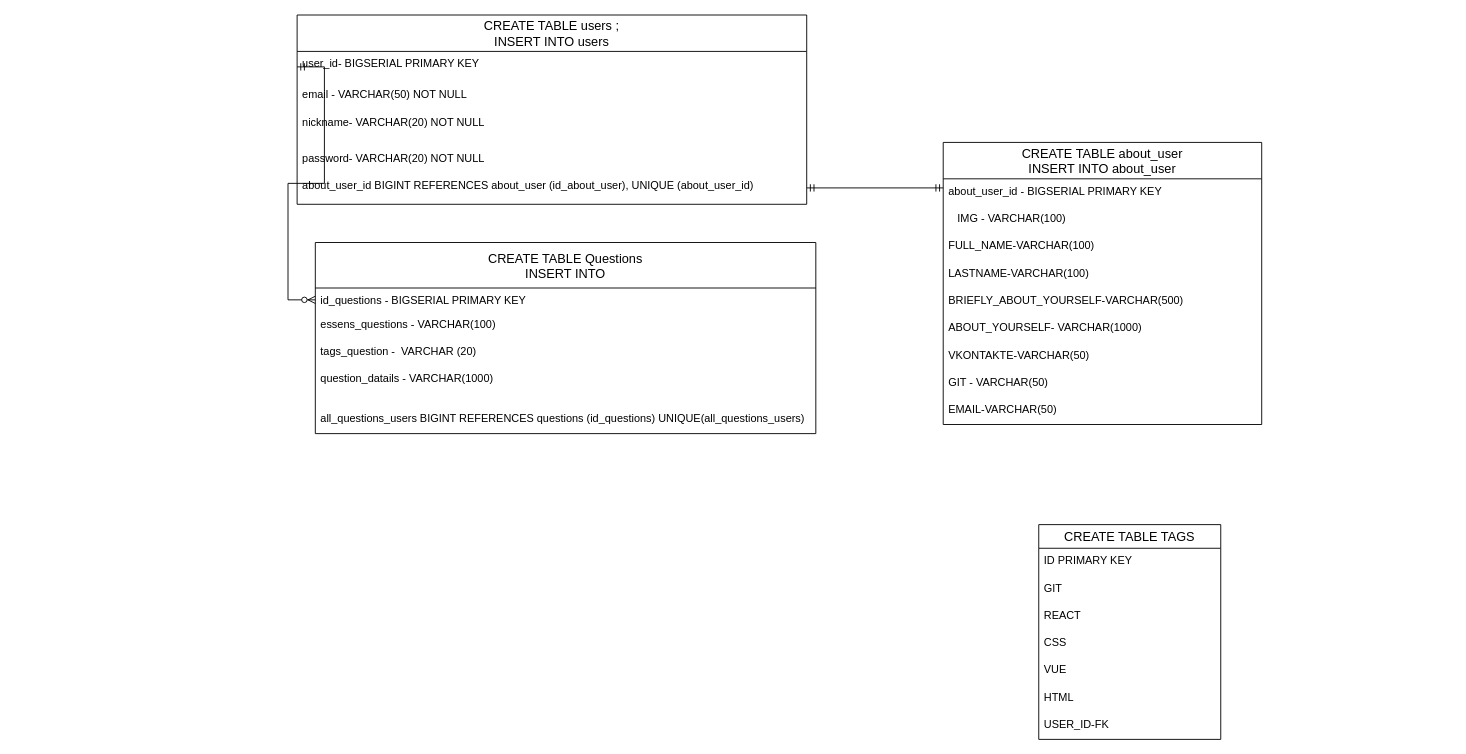
Earlier version of the draw.io diagram Таблица сущностей2.drawio (AleksandrSmirnov92/BlogCopyHabr). Source tidied: cells renumbered, new cells numbered last; positions are measured from the earlier drawing's top-left corner, leaving out a move shared by most shapes. Both pictures are drawn from the tidied source at 91%, with x=0, y=0 at pixel (297, 15).
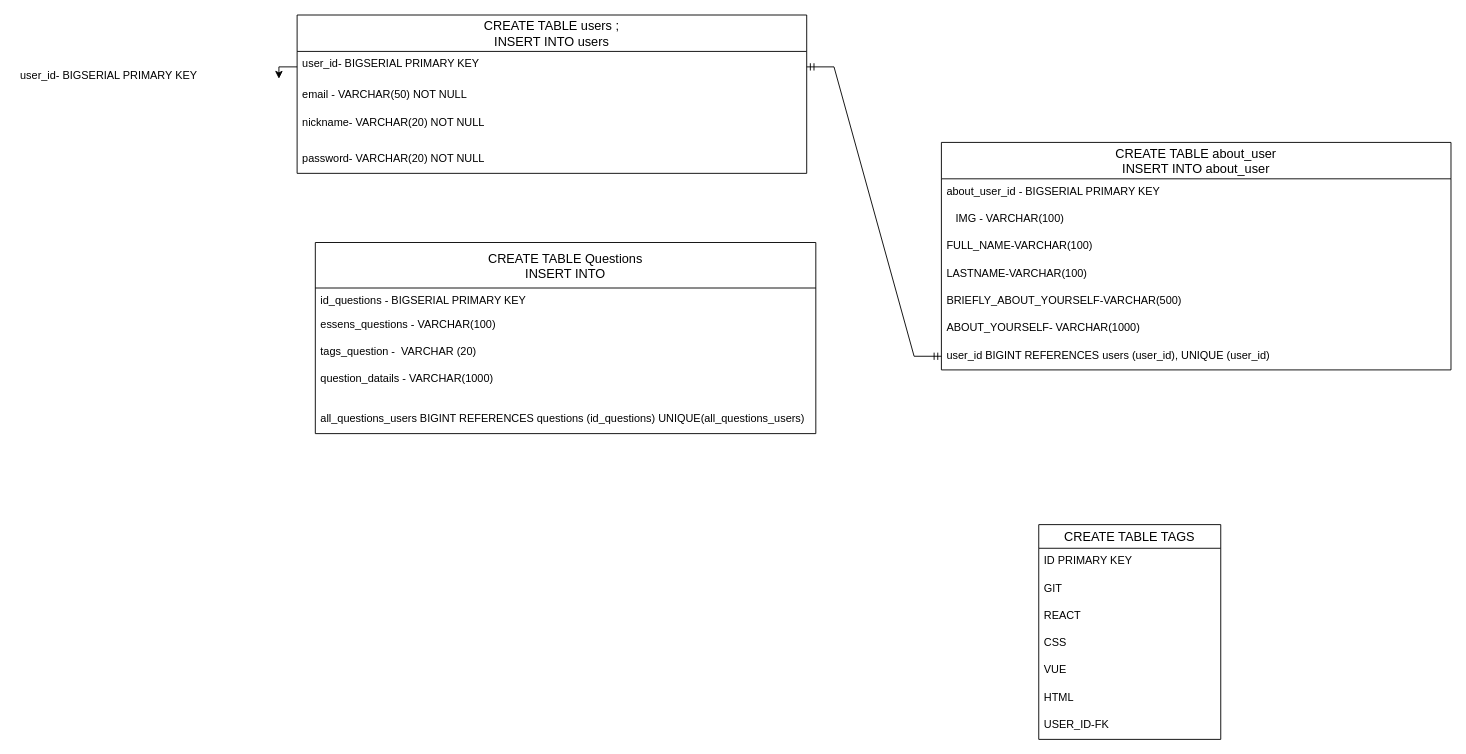
The same diagram, later.

Unchanged cells that the change refers to:
```xml
<mxCell id="3" value="user_id- BIGSERIAL PRIMARY KEY" style="text;strokeColor=none;fillColor=none;spacingLeft=4;spacingRight=4;overflow=hidden;points=[[0,0.5],[1,0.5]];portConstraint=eastwest;fontSize=12;" parent="2" vertex="1">
  <mxGeometry y="40" width="560" height="34" as="geometry" />
</mxCell>
<mxCell id="27" value="id_questions - BIGSERIAL PRIMARY KEY" style="text;strokeColor=none;fillColor=none;spacingLeft=4;spacingRight=4;overflow=hidden;points=[[0,0.5],[1,0.5]];portConstraint=eastwest;fontSize=12;" parent="26" vertex="1">
  <mxGeometry y="50" width="550" height="26" as="geometry" />
</mxCell>
```

The edit, as a diff of the source:
```diff
@@
     <mxCell id="2" value="CREATE TABLE users ;&#10;INSERT INTO users" style="swimlane;fontStyle=0;horizontal=1;startSize=40;align=center;fontSize=14;" parent="1" vertex="1">
-      <mxGeometry width="560" height="208" as="geometry" />
+      <mxGeometry width="560" height="174" as="geometry" />
     </mxCell>
@@
-    <mxCell id="7" value="about_user_id BIGINT REFERENCES about_user (id_about_user), UNIQUE (about_user_id)" style="text;strokeColor=none;fillColor=none;spacingLeft=4;spacingRight=4;overflow=hidden;fontSize=12;" parent="2" vertex="1">
-      <mxGeometry y="174" width="560" height="34" as="geometry" />
-    </mxCell>
     <mxCell id="8" value="CREATE TABLE about_user&#10;INSERT INTO about_user" style="swimlane;fontStyle=0;horizontal=1;startSize=40;align=center;fontSize=14;" parent="1" vertex="1">
-      <mxGeometry x="710" y="140" width="350" height="310" as="geometry" />
+      <mxGeometry x="708" y="140" width="560" height="250" as="geometry" />
     </mxCell>
     <mxCell id="9" value="about_user_id - BIGSERIAL PRIMARY KEY" style="text;strokeColor=none;fillColor=none;spacingLeft=4;spacingRight=4;overflow=hidden;fontSize=12;" parent="8" vertex="1">
-      <mxGeometry y="40" width="350" height="30" as="geometry" />
+      <mxGeometry y="40" width="560" height="30" as="geometry" />
     </mxCell>
     <mxCell id="10" value="   IMG - VARCHAR(100) " style="text;strokeColor=none;fillColor=none;spacingLeft=4;spacingRight=4;overflow=hidden;fontSize=12;" parent="8" vertex="1">
-      <mxGeometry y="70" width="350" height="30" as="geometry" />
+      <mxGeometry y="70" width="560" height="30" as="geometry" />
     </mxCell>
     <mxCell id="11" value="FULL_NAME-VARCHAR(100) " style="text;strokeColor=none;fillColor=none;spacingLeft=4;spacingRight=4;overflow=hidden;fontSize=12;" parent="8" vertex="1">
-      <mxGeometry y="100" width="350" height="30" as="geometry" />
+      <mxGeometry y="100" width="560" height="30" as="geometry" />
     </mxCell>
     <mxCell id="12" value="LASTNAME-VARCHAR(100)" style="text;strokeColor=none;fillColor=none;spacingLeft=4;spacingRight=4;overflow=hidden;fontSize=12;" parent="8" vertex="1">
-      <mxGeometry y="130" width="350" height="30" as="geometry" />
+      <mxGeometry y="130" width="560" height="30" as="geometry" />
     </mxCell>
     <mxCell id="13" value="BRIEFLY_ABOUT_YOURSELF-VARCHAR(500) " style="text;strokeColor=none;fillColor=none;spacingLeft=4;spacingRight=4;overflow=hidden;fontSize=12;" parent="8" vertex="1">
-      <mxGeometry y="160" width="350" height="30" as="geometry" />
+      <mxGeometry y="160" width="560" height="30" as="geometry" />
     </mxCell>
     <mxCell id="14" value="ABOUT_YOURSELF- VARCHAR(1000) " style="text;strokeColor=none;fillColor=none;spacingLeft=4;spacingRight=4;overflow=hidden;fontSize=12;" parent="8" vertex="1">
-      <mxGeometry y="190" width="350" height="30" as="geometry" />
+      <mxGeometry y="190" width="560" height="30" as="geometry" />
     </mxCell>
-    <mxCell id="15" value="VKONTAKTE-VARCHAR(50)" style="text;strokeColor=none;fillColor=none;spacingLeft=4;spacingRight=4;overflow=hidden;fontSize=12;" parent="8" vertex="1">
-      <mxGeometry y="220" width="350" height="30" as="geometry" />
-    </mxCell>
-    <mxCell id="16" value="GIT - VARCHAR(50)" style="text;strokeColor=none;fillColor=none;spacingLeft=4;spacingRight=4;overflow=hidden;fontSize=12;" parent="8" vertex="1">
-      <mxGeometry y="250" width="350" height="30" as="geometry" />
-    </mxCell>
-    <mxCell id="17" value="EMAIL-VARCHAR(50)" style="text;strokeColor=none;fillColor=none;spacingLeft=4;spacingRight=4;overflow=hidden;fontSize=12;" parent="8" vertex="1">
-      <mxGeometry y="280" width="350" height="30" as="geometry" />
-    </mxCell>
+    <mxCell id="34" value="user_id BIGINT REFERENCES users (user_id), UNIQUE (user_id)" style="text;strokeColor=none;fillColor=none;spacingLeft=4;spacingRight=4;overflow=hidden;points=[[0,0.5],[1,0.5]];portConstraint=eastwest;fontSize=12;" parent="8" vertex="1">
+      <mxGeometry y="220" width="560" height="30" as="geometry" />
+    </mxCell>
@@
-    <mxCell id="32" style="edgeStyle=entityRelationEdgeStyle;fontSize=12;html=1;endArrow=ERmandOne;startArrow=ERmandOne;rounded=0;" parent="1" edge="1">
-      <mxGeometry relative="1" as="geometry">
-        <mxPoint x="560" y="190" as="sourcePoint" />
-        <mxPoint x="710" y="190" as="targetPoint" />
-      </mxGeometry>
-    </mxCell>
-    <mxCell id="33" style="edgeStyle=entityRelationEdgeStyle;fontSize=12;html=1;endArrow=ERzeroToMany;startArrow=ERmandOne;rounded=0;entryX=0;entryY=0.5;entryDx=0;entryDy=0;exitX=0;exitY=0.5;exitDx=0;exitDy=0;" parent="1" edge="1" source="3" target="27">
-      <mxGeometry relative="1" as="geometry" />
-    </mxCell>
+    <mxCell id="35" style="edgeStyle=entityRelationEdgeStyle;fontSize=12;html=1;endArrow=ERmandOne;startArrow=ERmandOne;rounded=0;entryX=0;entryY=0.5;entryDx=0;entryDy=0;exitX=1;exitY=0.5;exitDx=0;exitDy=0;" parent="1" edge="1" source="3" target="34">
+      <mxGeometry relative="1" as="geometry" />
+    </mxCell>
+    <mxCell id="36" value="user_id- BIGSERIAL PRIMARY KEY" style="text;strokeColor=none;fillColor=none;spacingLeft=4;spacingRight=4;overflow=hidden;points=[[0,0.5],[1,0.5]];portConstraint=eastwest;fontSize=12;" parent="1" vertex="1">
+      <mxGeometry x="-310" y="53" width="560" height="34" as="geometry" />
+    </mxCell>
+    <mxCell id="37" style="edgeStyle=orthogonalEdgeStyle;rounded=0;jettySize=auto;html=1;exitX=0;exitY=0.5;exitDx=0;exitDy=0;" parent="1" edge="1" source="3" target="36">
+      <mxGeometry relative="1" as="geometry" />
+    </mxCell>
```
